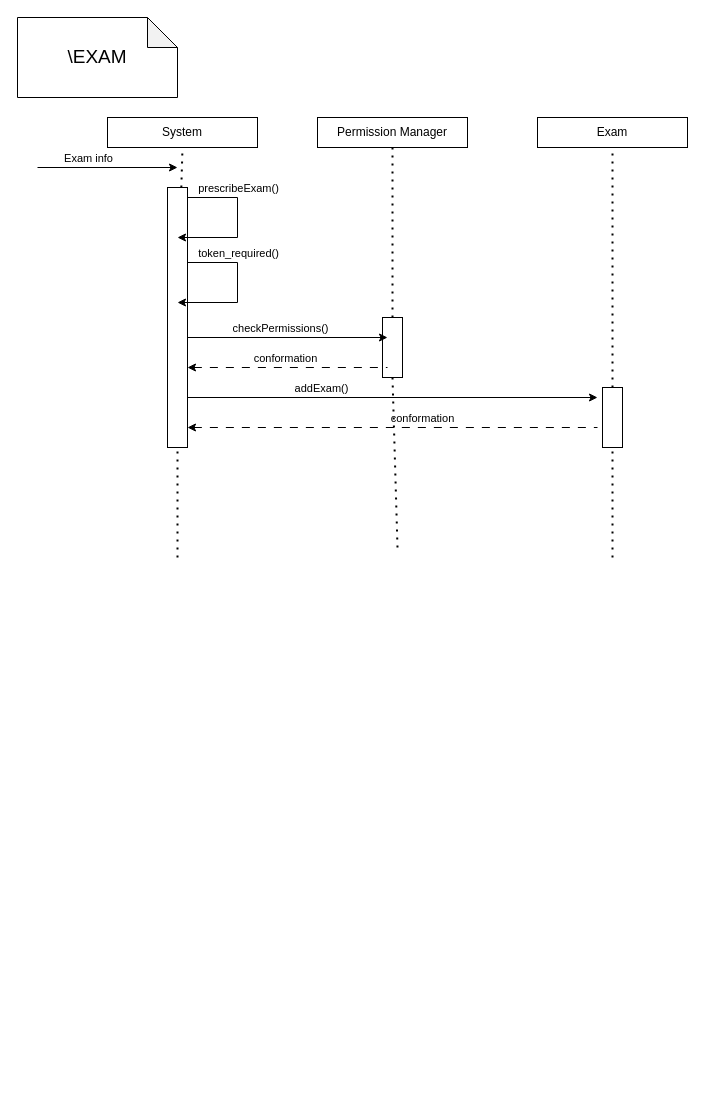
The draw.io diagram Project_Documentation/sequence_design/Exam.drawio in IndecentTulip/INFO2413, before the edit. Source tidied: cells renumbered, new cells numbered last; positions are measured from the earlier drawing's top-left corner, leaving out a move shared by most shapes. Both pictures are drawn from the tidied source at 100%, with x=0, y=0 at pixel (17, 17).
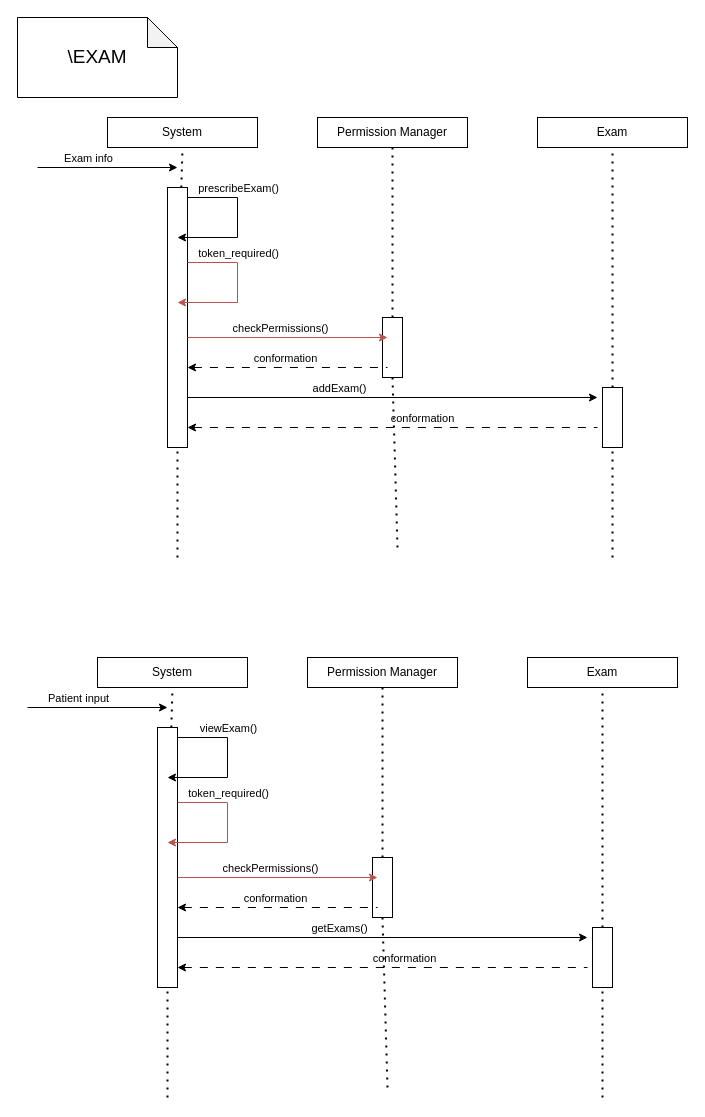
The same diagram, later.

The change refers to these unchanged cells:
```xml
<mxCell id="11" style="endArrow=classic;html=1;rounded=0;" parent="1" edge="1">
  <mxGeometry relative="1" as="geometry">
    <mxPoint x="170" y="380" as="sourcePoint" />
    <mxPoint x="580" y="380" as="targetPoint" />
  </mxGeometry>
</mxCell>
```

Diff of the diagram source:
```diff
@@
     <mxCell id="12" value="addExam()" style="edgeLabel;html=1;align=center;verticalAlign=middle;" parent="11" vertex="1">
       <mxGeometry x="-0.61" y="-2" relative="1" as="geometry">
-        <mxPoint x="53" y="-12" as="offset" />
+        <mxPoint x="71" y="-12" as="offset" />
       </mxGeometry>
     </mxCell>
@@
-    <mxCell id="20" style="endArrow=classic;html=1;rounded=0;" parent="1" edge="1">
+    <mxCell id="20" style="endArrow=classic;html=1;rounded=0;fillColor=#f8cecc;strokeColor=#b85450;" parent="1" edge="1">
       <mxGeometry relative="1" as="geometry">
         <mxPoint x="170" y="245" as="sourcePoint" />
         <mxPoint x="160" y="285" as="targetPoint" />
         <Array as="points">
           <mxPoint x="220" y="245" />
           <mxPoint x="220" y="285" />
         </Array>
       </mxGeometry>
     </mxCell>
@@
-    <mxCell id="24" style="endArrow=classic;html=1;rounded=0;" parent="1" edge="1">
+    <mxCell id="24" style="endArrow=classic;html=1;rounded=0;fillColor=#f8cecc;strokeColor=#b85450;" parent="1" edge="1">
       <mxGeometry relative="1" as="geometry">
         <mxPoint x="170" y="320" as="sourcePoint" />
         <mxPoint x="370" y="320" as="targetPoint" />
       </mxGeometry>
     </mxCell>
@@
+    <mxCell id="29" style="rounded=0;whiteSpace=wrap;html=1;" parent="1" vertex="1">
+      <mxGeometry x="355" y="840" width="20" height="60" as="geometry" />
+    </mxCell>
+    <mxCell id="30" style="rounded=0;whiteSpace=wrap;html=1;" parent="1" vertex="1">
+      <mxGeometry x="140" y="710" width="20" height="260" as="geometry" />
+    </mxCell>
+    <mxCell id="31" value="System" style="rounded=0;whiteSpace=wrap;html=1;" parent="1" vertex="1">
+      <mxGeometry x="80" y="640" width="150" height="30" as="geometry" />
+    </mxCell>
+    <mxCell id="32" style="endArrow=none;dashed=1;html=1;dashPattern=1 3;strokeWidth=2;rounded=0;entryX=0.5;entryY=1;entryDx=0;entryDy=0;" parent="1" edge="1" source="30" target="31">
+      <mxGeometry relative="1" as="geometry" />
+    </mxCell>
+    <mxCell id="33" style="endArrow=classic;html=1;rounded=0;" parent="1" edge="1">
+      <mxGeometry relative="1" as="geometry">
+        <mxPoint x="10" y="690" as="sourcePoint" />
+        <mxPoint x="150" y="690" as="targetPoint" />
+      </mxGeometry>
+    </mxCell>
+    <mxCell id="34" value="Patient input" style="edgeLabel;html=1;align=center;verticalAlign=middle;" parent="33" vertex="1">
+      <mxGeometry x="-0.61" y="-2" relative="1" as="geometry">
+        <mxPoint x="23" y="-12" as="offset" />
+      </mxGeometry>
+    </mxCell>
+    <mxCell id="35" style="endArrow=classic;html=1;rounded=0;" parent="1" edge="1">
+      <mxGeometry relative="1" as="geometry">
+        <mxPoint x="160" y="720" as="sourcePoint" />
+        <mxPoint x="150" y="760" as="targetPoint" />
+        <Array as="points">
+          <mxPoint x="210" y="720" />
+          <mxPoint x="210" y="760" />
+        </Array>
+      </mxGeometry>
+    </mxCell>
+    <mxCell id="36" value="viewExam()" style="edgeLabel;html=1;align=center;verticalAlign=middle;" parent="35" vertex="1">
+      <mxGeometry x="-0.61" y="-2" relative="1" as="geometry">
+        <mxPoint x="21" y="-12" as="offset" />
+      </mxGeometry>
+    </mxCell>
+    <mxCell id="37" style="endArrow=classic;html=1;rounded=0;" parent="1" edge="1">
+      <mxGeometry relative="1" as="geometry">
+        <mxPoint x="160" y="920" as="sourcePoint" />
+        <mxPoint x="570" y="920" as="targetPoint" />
+      </mxGeometry>
+    </mxCell>
+    <mxCell id="38" value="getExams()" style="edgeLabel;html=1;align=center;verticalAlign=middle;" parent="37" vertex="1">
+      <mxGeometry x="-0.61" y="-2" relative="1" as="geometry">
+        <mxPoint x="81" y="-12" as="offset" />
+      </mxGeometry>
+    </mxCell>
+    <mxCell id="39" style="endArrow=none;html=1;rounded=0;dashed=1;dashPattern=8 8;startArrow=classic;startFill=1;endFill=0;" parent="1" edge="1">
+      <mxGeometry relative="1" as="geometry">
+        <mxPoint x="160" y="950" as="sourcePoint" />
+        <mxPoint x="570" y="950" as="targetPoint" />
+      </mxGeometry>
+    </mxCell>
+    <mxCell id="40" value="conformation" style="edgeLabel;html=1;align=center;verticalAlign=middle;" parent="39" vertex="1">
+      <mxGeometry x="0.3" y="2" relative="1" as="geometry">
+        <mxPoint x="-41" y="-8" as="offset" />
+      </mxGeometry>
+    </mxCell>
+    <mxCell id="41" style="endArrow=none;dashed=1;html=1;dashPattern=1 3;strokeWidth=2;rounded=0;entryX=0.5;entryY=1;entryDx=0;entryDy=0;" parent="1" edge="1" target="30">
+      <mxGeometry relative="1" as="geometry">
+        <mxPoint x="150" y="1080" as="sourcePoint" />
+      </mxGeometry>
+    </mxCell>
+    <mxCell id="42" value="Exam" style="rounded=0;whiteSpace=wrap;html=1;" parent="1" vertex="1">
+      <mxGeometry x="510" y="640" width="150" height="30" as="geometry" />
+    </mxCell>
+    <mxCell id="43" style="endArrow=none;dashed=1;html=1;dashPattern=1 3;strokeWidth=2;rounded=0;entryX=0.5;entryY=1;entryDx=0;entryDy=0;" parent="1" edge="1" source="45" target="42">
+      <mxGeometry relative="1" as="geometry" />
+    </mxCell>
+    <mxCell id="44" style="endArrow=none;dashed=1;html=1;dashPattern=1 3;strokeWidth=2;rounded=0;entryX=0.5;entryY=1;entryDx=0;entryDy=0;" parent="1" edge="1" target="45">
+      <mxGeometry relative="1" as="geometry">
+        <mxPoint x="585" y="1080" as="sourcePoint" />
+      </mxGeometry>
+    </mxCell>
+    <mxCell id="45" style="rounded=0;whiteSpace=wrap;html=1;" parent="1" vertex="1">
+      <mxGeometry x="575" y="910" width="20" height="60" as="geometry" />
+    </mxCell>
+    <mxCell id="46" style="endArrow=classic;html=1;rounded=0;fillColor=#f8cecc;strokeColor=#b85450;" parent="1" edge="1">
+      <mxGeometry relative="1" as="geometry">
+        <mxPoint x="160" y="785" as="sourcePoint" />
+        <mxPoint x="150" y="825" as="targetPoint" />
+        <Array as="points">
+          <mxPoint x="210" y="785" />
+          <mxPoint x="210" y="825" />
+        </Array>
+      </mxGeometry>
+    </mxCell>
+    <mxCell id="47" value="token_required()" style="edgeLabel;html=1;align=center;verticalAlign=middle;" parent="46" vertex="1">
+      <mxGeometry x="-0.61" y="-2" relative="1" as="geometry">
+        <mxPoint x="21" y="-12" as="offset" />
+      </mxGeometry>
+    </mxCell>
+    <mxCell id="48" value="Permission Manager" style="rounded=0;whiteSpace=wrap;html=1;" parent="1" vertex="1">
+      <mxGeometry x="290" y="640" width="150" height="30" as="geometry" />
+    </mxCell>
+    <mxCell id="49" style="endArrow=none;dashed=1;html=1;dashPattern=1 3;strokeWidth=2;rounded=0;entryX=0.5;entryY=1;entryDx=0;entryDy=0;" parent="1" edge="1" source="29" target="48">
+      <mxGeometry relative="1" as="geometry" />
+    </mxCell>
+    <mxCell id="50" style="endArrow=classic;html=1;rounded=0;fillColor=#f8cecc;strokeColor=#b85450;" parent="1" edge="1">
+      <mxGeometry relative="1" as="geometry">
+        <mxPoint x="160" y="860" as="sourcePoint" />
+        <mxPoint x="360" y="860" as="targetPoint" />
+      </mxGeometry>
+    </mxCell>
+    <mxCell id="51" value="checkPermissions()" style="edgeLabel;html=1;align=center;verticalAlign=middle;" parent="50" vertex="1">
+      <mxGeometry x="-0.61" y="-2" relative="1" as="geometry">
+        <mxPoint x="53" y="-12" as="offset" />
+      </mxGeometry>
+    </mxCell>
+    <mxCell id="52" style="endArrow=none;html=1;rounded=0;dashed=1;dashPattern=8 8;startArrow=classic;startFill=1;endFill=0;" parent="1" edge="1">
+      <mxGeometry relative="1" as="geometry">
+        <mxPoint x="160" y="890" as="sourcePoint" />
+        <mxPoint x="360" y="890" as="targetPoint" />
+      </mxGeometry>
+    </mxCell>
+    <mxCell id="53" value="conformation" style="edgeLabel;html=1;align=center;verticalAlign=middle;" parent="52" vertex="1">
+      <mxGeometry x="0.3" y="2" relative="1" as="geometry">
+        <mxPoint x="-33" y="-8" as="offset" />
+      </mxGeometry>
+    </mxCell>
+    <mxCell id="54" style="endArrow=none;dashed=1;html=1;dashPattern=1 3;strokeWidth=2;rounded=0;entryX=0.5;entryY=1;entryDx=0;entryDy=0;" parent="1" edge="1" target="29">
+      <mxGeometry relative="1" as="geometry">
+        <mxPoint x="370" y="1070" as="sourcePoint" />
+      </mxGeometry>
+    </mxCell>
```
